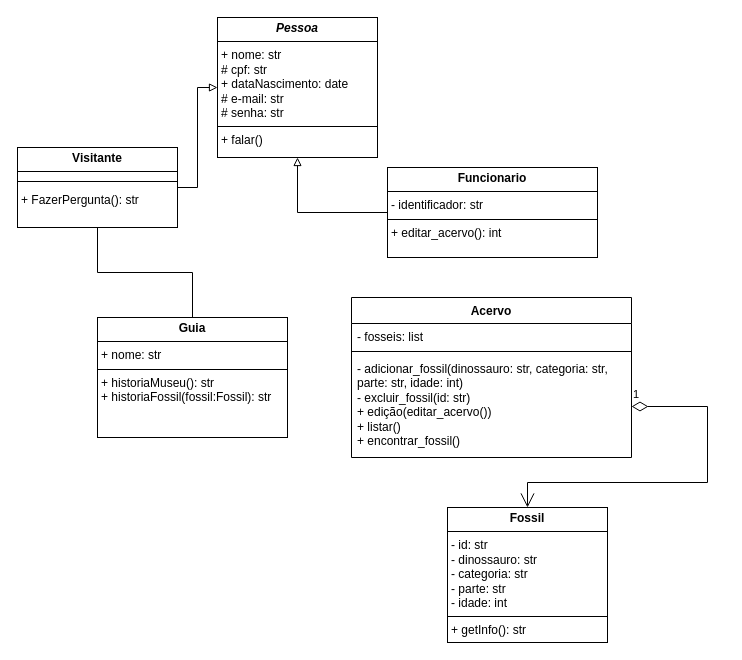
This is diagramaMuseuDino.drawio from LeticiaMMorais/ProjetoMuseuDino, a draw.io file, before an edit. Source tidied: cells renumbered, new cells numbered last; positions are measured from the earlier drawing's top-left corner, leaving out a move shared by most shapes. Both pictures are drawn from the tidied source at 100%, with x=0, y=0 at pixel (17, 17).
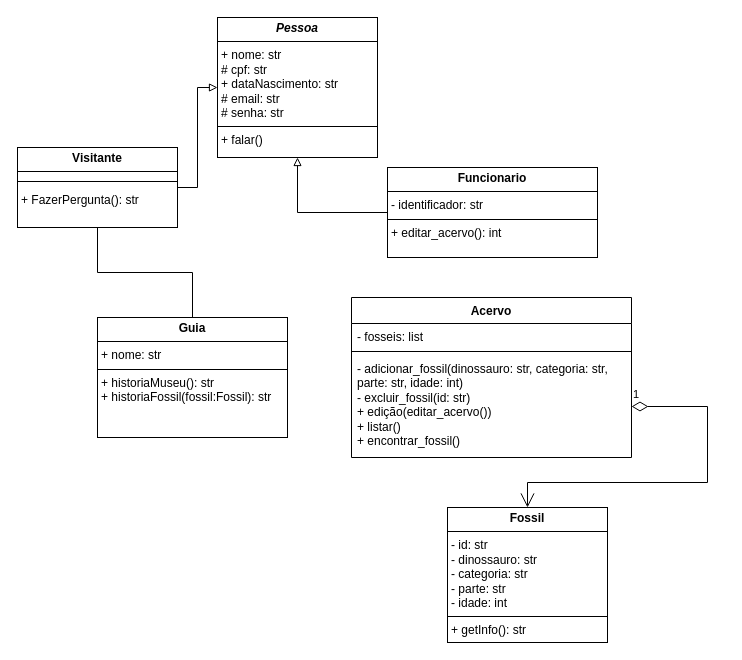
Above is the later version.

Diff of the diagram source:
```diff
@@
 <mxGraphModel>
   <root>
     <mxCell id="0" />
     <mxCell id="1" parent="0" />
-    <mxCell id="2" value="&lt;p style=&quot;margin:0px;margin-top:4px;text-align:center;&quot;&gt;&lt;b&gt;&lt;i&gt;Pessoa&lt;/i&gt;&lt;/b&gt;&lt;/p&gt;&lt;hr size=&quot;1&quot; style=&quot;border-style:solid;&quot;&gt;&lt;p style=&quot;margin:0px;margin-left:4px;&quot;&gt;+ nome: str&lt;/p&gt;&lt;p style=&quot;margin:0px;margin-left:4px;&quot;&gt;# cpf: str&lt;/p&gt;&lt;p style=&quot;margin:0px;margin-left:4px;&quot;&gt;+ dataNascimento: date&lt;/p&gt;&lt;p style=&quot;margin:0px;margin-left:4px;&quot;&gt;# e-mail: str&lt;/p&gt;&lt;p style=&quot;margin:0px;margin-left:4px;&quot;&gt;# senha: str&lt;/p&gt;&lt;hr size=&quot;1&quot; style=&quot;border-style:solid;&quot;&gt;&lt;p style=&quot;margin:0px;margin-left:4px;&quot;&gt;+ falar()&lt;/p&gt;" style="verticalAlign=top;align=left;overflow=fill;html=1;whiteSpace=wrap;" parent="1" vertex="1">
+    <mxCell id="2" value="&lt;p style=&quot;margin:0px;margin-top:4px;text-align:center;&quot;&gt;&lt;b&gt;&lt;i&gt;Pessoa&lt;/i&gt;&lt;/b&gt;&lt;/p&gt;&lt;hr size=&quot;1&quot; style=&quot;border-style:solid;&quot;&gt;&lt;p style=&quot;margin:0px;margin-left:4px;&quot;&gt;+ nome: str&lt;/p&gt;&lt;p style=&quot;margin:0px;margin-left:4px;&quot;&gt;# cpf: str&lt;/p&gt;&lt;p style=&quot;margin:0px;margin-left:4px;&quot;&gt;+ dataNascimento: str&lt;/p&gt;&lt;p style=&quot;margin:0px;margin-left:4px;&quot;&gt;# email: str&lt;/p&gt;&lt;p style=&quot;margin:0px;margin-left:4px;&quot;&gt;# senha: str&lt;/p&gt;&lt;hr size=&quot;1&quot; style=&quot;border-style:solid;&quot;&gt;&lt;p style=&quot;margin:0px;margin-left:4px;&quot;&gt;+ falar()&lt;/p&gt;" style="verticalAlign=top;align=left;overflow=fill;html=1;whiteSpace=wrap;" parent="1" vertex="1">
       <mxGeometry x="200" width="160" height="140" as="geometry" />
     </mxCell>
     <mxCell id="3" style="edgeStyle=orthogonalEdgeStyle;rounded=0;jettySize=auto;html=1;endArrow=none;endFill=0;" parent="1" edge="1" source="4" target="7">
       <mxGeometry relative="1" as="geometry" />
     </mxCell>
     <mxCell id="4" value="&lt;p style=&quot;margin:0px;margin-top:4px;text-align:center;&quot;&gt;&lt;b&gt;Visitante&lt;/b&gt;&lt;/p&gt;&lt;hr size=&quot;1&quot; style=&quot;border-style:solid;&quot;&gt;&lt;p style=&quot;margin:0px;margin-left:4px;&quot;&gt;&lt;br&gt;&lt;/p&gt;&lt;p style=&quot;margin:0px;margin-left:4px;&quot;&gt;+ FazerPergunta(): str&lt;/p&gt;&lt;p style=&quot;margin:0px;margin-left:4px;&quot;&gt;&lt;br&gt;&lt;/p&gt;" style="verticalAlign=top;align=left;overflow=fill;html=1;whiteSpace=wrap;" parent="1" vertex="1">
       <mxGeometry y="130" width="160" height="80" as="geometry" />
     </mxCell>
     <mxCell id="5" style="edgeStyle=orthogonalEdgeStyle;rounded=0;jettySize=auto;html=1;endArrow=block;endFill=0;" parent="1" edge="1" source="6" target="2">
       <mxGeometry relative="1" as="geometry" />
     </mxCell>
     <mxCell id="6" value="&lt;p style=&quot;margin:0px;margin-top:4px;text-align:center;&quot;&gt;&lt;b&gt;Funcionario&lt;/b&gt;&lt;/p&gt;&lt;hr size=&quot;1&quot; style=&quot;border-style:solid;&quot;&gt;&lt;p style=&quot;margin:0px;margin-left:4px;&quot;&gt;- identificador: str&lt;/p&gt;&lt;hr size=&quot;1&quot; style=&quot;border-style:solid;&quot;&gt;&lt;p style=&quot;margin:0px;margin-left:4px;&quot;&gt;+ editar_acervo(): int&lt;/p&gt;" style="verticalAlign=top;align=left;overflow=fill;html=1;whiteSpace=wrap;" parent="1" vertex="1">
       <mxGeometry x="370" y="150" width="210" height="90" as="geometry" />
     </mxCell>
     <mxCell id="7" value="&lt;p style=&quot;margin:0px;margin-top:4px;text-align:center;&quot;&gt;&lt;b&gt;Guia&lt;/b&gt;&lt;/p&gt;&lt;hr size=&quot;1&quot; style=&quot;border-style:solid;&quot;&gt;&lt;p style=&quot;margin:0px;margin-left:4px;&quot;&gt;+ nome: str&lt;/p&gt;&lt;hr size=&quot;1&quot; style=&quot;border-style:solid;&quot;&gt;&lt;p style=&quot;margin:0px;margin-left:4px;&quot;&gt;+ historiaMuseu(): str&lt;/p&gt;&lt;p style=&quot;margin:0px;margin-left:4px;&quot;&gt;+ historiaFossil(fossil:Fossil): str&lt;/p&gt;" style="verticalAlign=top;align=left;overflow=fill;html=1;whiteSpace=wrap;" parent="1" vertex="1">
       <mxGeometry x="80" y="300" width="190" height="120" as="geometry" />
     </mxCell>
     <mxCell id="8" value="&lt;p style=&quot;margin:0px;margin-top:4px;text-align:center;&quot;&gt;&lt;b&gt;Fossil&lt;/b&gt;&lt;/p&gt;&lt;hr size=&quot;1&quot; style=&quot;border-style:solid;&quot;&gt;&lt;p style=&quot;margin:0px;margin-left:4px;&quot;&gt;- id: str&lt;/p&gt;&lt;p style=&quot;margin:0px;margin-left:4px;&quot;&gt;- dinossauro: str&lt;/p&gt;&lt;p style=&quot;margin:0px;margin-left:4px;&quot;&gt;- categoria: str&lt;/p&gt;&lt;p style=&quot;margin:0px;margin-left:4px;&quot;&gt;- parte: str&lt;/p&gt;&lt;p style=&quot;margin:0px;margin-left:4px;&quot;&gt;- idade: int&lt;/p&gt;&lt;hr size=&quot;1&quot; style=&quot;border-style:solid;&quot;&gt;&lt;p style=&quot;margin:0px;margin-left:4px;&quot;&gt;+ getInfo(): str&lt;/p&gt;" style="verticalAlign=top;align=left;overflow=fill;html=1;whiteSpace=wrap;" parent="1" vertex="1">
       <mxGeometry x="430" y="490" width="160" height="135" as="geometry" />
     </mxCell>
     <mxCell id="9" value="Acervo" style="swimlane;fontStyle=1;align=center;verticalAlign=top;horizontal=1;startSize=26;whiteSpace=wrap;html=1;" parent="1" vertex="1">
       <mxGeometry x="334" y="280" width="280" height="160" as="geometry" />
     </mxCell>
     <mxCell id="10" value="&lt;div&gt;&lt;span style=&quot;background-color: initial;&quot;&gt;- fosseis: list&lt;/span&gt;&lt;/div&gt;&lt;div&gt;&lt;span style=&quot;background-color: initial;&quot;&gt;&lt;br&gt;&lt;/span&gt;&lt;/div&gt;&lt;div&gt;&lt;span style=&quot;background-color: initial;&quot;&gt;&lt;br&gt;&lt;/span&gt;&lt;/div&gt;" style="text;strokeColor=none;fillColor=none;align=left;verticalAlign=top;spacingLeft=4;spacingRight=4;overflow=hidden;whiteSpace=wrap;html=1;" parent="9" vertex="1">
       <mxGeometry y="26" width="280" height="24" as="geometry" />
     </mxCell>
     <mxCell id="11" style="line;strokeWidth=1;fillColor=none;align=left;verticalAlign=middle;spacingTop=-1;spacingLeft=3;spacingRight=3;labelPosition=right;strokeColor=inherit;" parent="9" vertex="1">
       <mxGeometry y="50" width="280" height="8" as="geometry" />
     </mxCell>
     <mxCell id="12" value="- adicionar_fossil(dinossauro: str, categoria: str, parte: str, idade: int)&lt;div&gt;- excluir_fossil(id: str)&lt;/div&gt;&lt;div&gt;+ edição(editar_acervo())&lt;/div&gt;&lt;div&gt;+ listar()&lt;/div&gt;&lt;div&gt;+ encontrar_fossil()&lt;/div&gt;&lt;div&gt;&lt;br&gt;&lt;/div&gt;&lt;div&gt;&lt;br&gt;&lt;/div&gt;" style="text;strokeColor=none;fillColor=none;align=left;verticalAlign=top;spacingLeft=4;spacingRight=4;overflow=hidden;points=[[0,0.5],[1,0.5]];portConstraint=eastwest;whiteSpace=wrap;html=1;" parent="9" vertex="1">
       <mxGeometry y="58" width="280" height="102" as="geometry" />
     </mxCell>
     <mxCell id="13" style="edgeStyle=orthogonalEdgeStyle;rounded=0;jettySize=auto;html=1;endArrow=block;endFill=0;" parent="1" edge="1" source="4" target="2">
       <mxGeometry relative="1" as="geometry" />
     </mxCell>
     <mxCell id="14" style="line;strokeWidth=1;fillColor=none;align=left;verticalAlign=middle;spacingTop=-1;spacingLeft=3;spacingRight=3;labelPosition=right;strokeColor=inherit;" parent="1" vertex="1">
       <mxGeometry y="160" width="160" height="8" as="geometry" />
     </mxCell>
     <mxCell id="15" value="1" style="endArrow=open;html=1;endSize=12;startArrow=diamondThin;startSize=14;startFill=0;edgeStyle=orthogonalEdgeStyle;align=left;verticalAlign=bottom;rounded=0;" parent="1" edge="1" source="12" target="8">
       <mxGeometry x="-1" y="3" relative="1" as="geometry">
         <Array as="points">
           <mxPoint x="690" y="389" />
           <mxPoint x="690" y="465" />
           <mxPoint x="510" y="465" />
         </Array>
       </mxGeometry>
     </mxCell>
   </root>
 </mxGraphModel>
```
